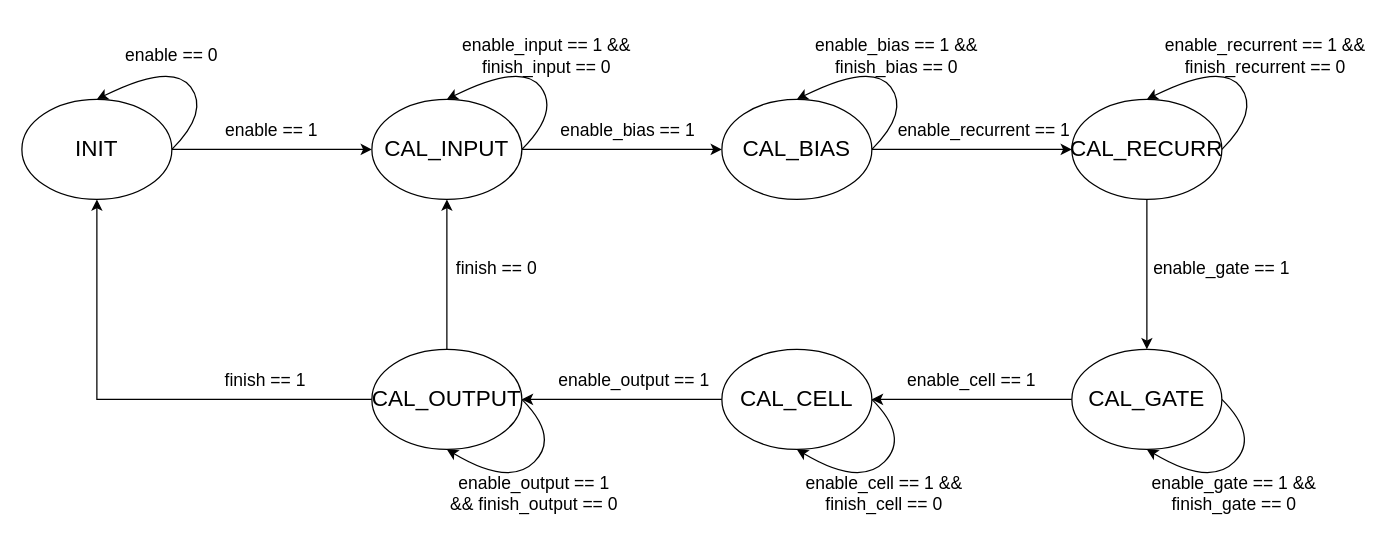
newfrogg/LSTMAccelerator keeps this draw.io diagram as page "LSTM unit state machine" (6 of 6) of doc/LSTMAccelerator.drawio. Above is the earlier version. Source tidied: cells renumbered, new cells numbered last; positions are measured from the earlier drawing's top-left corner, leaving out a move shared by most shapes. Both pictures are drawn from the tidied source at 125%, with x=0, y=0 at pixel (21, 36).
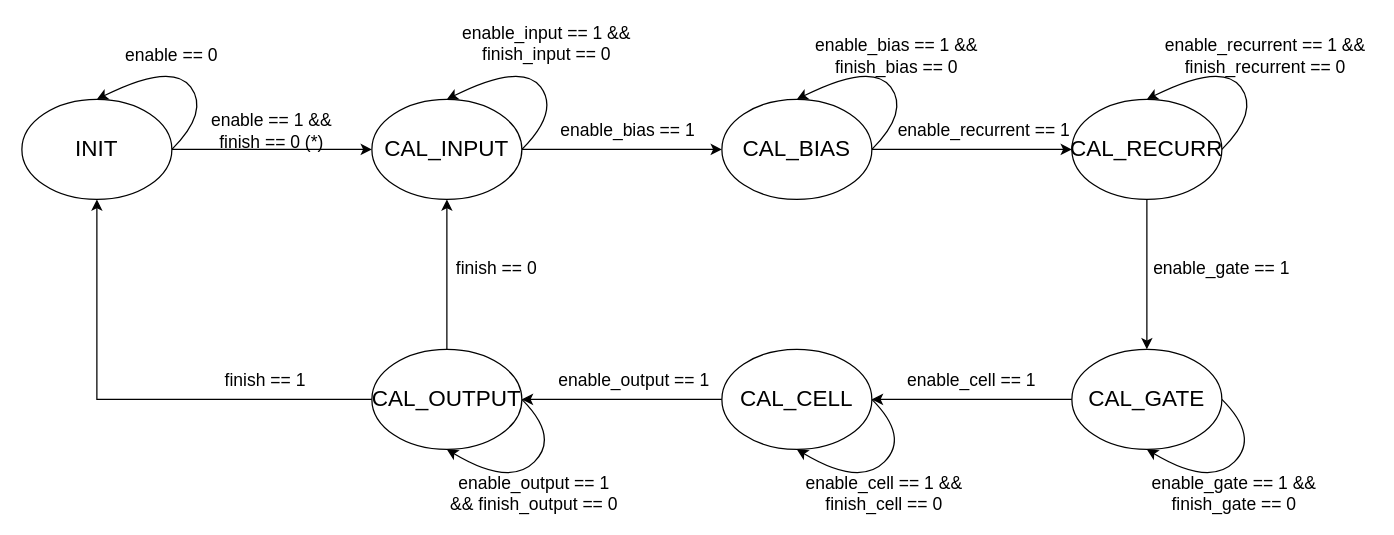
The same diagram, later.

Commit message:
update lstm unit state machine

What changed in the source:
```diff
@@
-    <mxCell id="19" value="&lt;font style=&quot;font-size: 14px;&quot;&gt;enable == 1&lt;/font&gt;" style="text;html=1;align=center;verticalAlign=middle;whiteSpace=wrap;rounded=0;" parent="1" vertex="1">
+    <mxCell id="19" value="&lt;font style=&quot;font-size: 14px;&quot;&gt;enable == 1 &amp;amp;&amp;amp; finish == 0 (*)&lt;/font&gt;" style="text;html=1;align=center;verticalAlign=middle;whiteSpace=wrap;rounded=0;" parent="1" vertex="1">
       <mxGeometry x="150" y="60" width="100" height="30" as="geometry" />
     </mxCell>
@@
     <mxCell id="21" value="&lt;font style=&quot;font-size: 14px;&quot;&gt;enable_input == 1 &amp;amp;&amp;amp; finish_input == 0&lt;/font&gt;" style="text;html=1;align=center;verticalAlign=middle;whiteSpace=wrap;rounded=0;" parent="1" vertex="1">
-      <mxGeometry x="350" width="140" height="30" as="geometry" />
+      <mxGeometry x="350" y="-10" width="140" height="30" as="geometry" />
     </mxCell>
```
